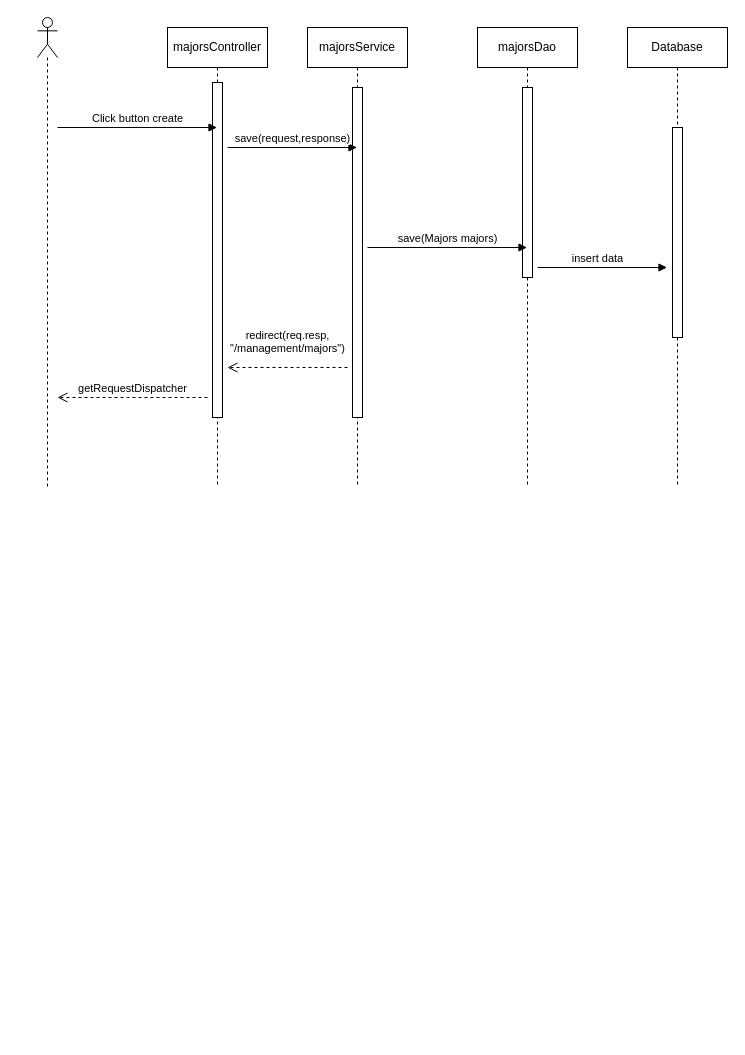
Above: page "Page-19" (19 of 27) of Untitled Diagram.drawio in sachvo/CuteXT (draw.io), before the change. Source tidied: cells renumbered, new cells numbered last; positions are measured from the earlier drawing's top-left corner, leaving out a move shared by most shapes. Both pictures are drawn from the tidied source at 100%, with x=0, y=0 at pixel (37, 17).
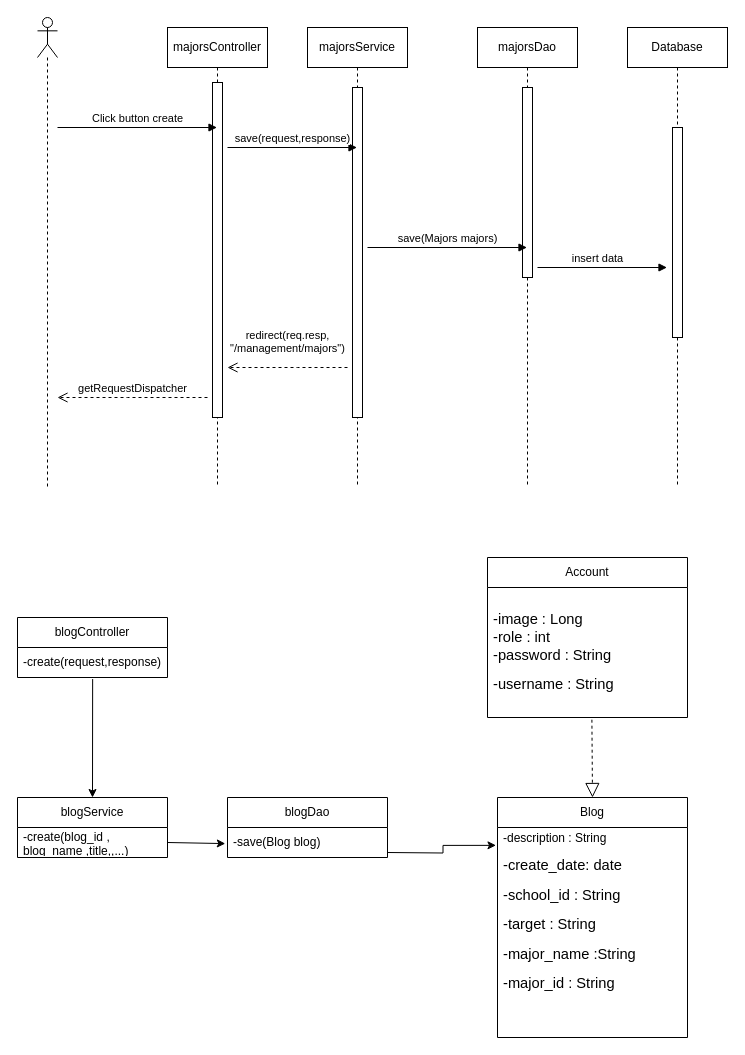
The same page after the edit.

What changed in the source:
```diff
@@
+    <mxCell id="17" value="blogController" style="swimlane;fontStyle=0;horizontal=1;startSize=30;whiteSpace=wrap;html=1;" parent="1" vertex="1">
+      <mxGeometry x="-20" y="600" width="150" height="60" as="geometry" />
+    </mxCell>
+    <mxCell id="18" value="-create(request,response)" style="text;strokeColor=none;fillColor=none;align=left;verticalAlign=middle;spacingLeft=4;spacingRight=4;overflow=hidden;points=[[0,0.5],[1,0.5]];portConstraint=eastwest;whiteSpace=wrap;html=1;" parent="17" vertex="1">
+      <mxGeometry y="30" width="150" height="30" as="geometry" />
+    </mxCell>
+    <mxCell id="19" value="blogDao" style="swimlane;fontStyle=0;horizontal=1;startSize=30;whiteSpace=wrap;html=1;" parent="1" vertex="1">
+      <mxGeometry x="190" y="780" width="160" height="60" as="geometry" />
+    </mxCell>
+    <mxCell id="20" value="-save(Blog blog)" style="text;strokeColor=none;fillColor=none;align=left;verticalAlign=middle;spacingLeft=4;spacingRight=4;overflow=hidden;whiteSpace=wrap;html=1;" parent="19" vertex="1">
+      <mxGeometry y="30" width="160" height="30" as="geometry" />
+    </mxCell>
+    <mxCell id="21" value="blogService" style="swimlane;fontStyle=0;horizontal=1;startSize=30;whiteSpace=wrap;html=1;" parent="1" vertex="1">
+      <mxGeometry x="-20" y="780" width="150" height="60" as="geometry" />
+    </mxCell>
+    <mxCell id="22" value="-create(blog_id&amp;nbsp;,&lt;br&gt;blog_name ,title,,...)" style="text;strokeColor=none;fillColor=none;align=left;verticalAlign=middle;spacingLeft=4;spacingRight=4;overflow=hidden;points=[[0,0.5],[1,0.5]];portConstraint=eastwest;whiteSpace=wrap;html=1;" parent="21" vertex="1">
+      <mxGeometry y="30" width="150" height="30" as="geometry" />
+    </mxCell>
+    <mxCell id="23" style="endArrow=classic;html=1;rounded=0;exitX=0.501;exitY=1.052;exitDx=0;exitDy=0;exitPerimeter=0;entryX=0.5;entryY=0;entryDx=0;entryDy=0;" parent="1" edge="1" source="18" target="21">
+      <mxGeometry relative="1" as="geometry" />
+    </mxCell>
+    <mxCell id="24" style="endArrow=classic;html=1;rounded=0;exitX=1;exitY=0.5;exitDx=0;exitDy=0;entryX=-0.014;entryY=0.323;entryDx=0;entryDy=0;entryPerimeter=0;" parent="1" edge="1" source="22">
+      <mxGeometry relative="1" as="geometry">
+        <mxPoint x="187.8" y="826.1" as="targetPoint" />
+      </mxGeometry>
+    </mxCell>
+    <mxCell id="25" style="edgeStyle=orthogonalEdgeStyle;rounded=0;jettySize=auto;html=1;exitX=1;exitY=0.5;exitDx=0;exitDy=0;entryX=-0.008;entryY=0.085;entryDx=0;entryDy=0;entryPerimeter=0;" parent="1" edge="1" target="28">
+      <mxGeometry relative="1" as="geometry">
+        <mxPoint x="350" y="835" as="sourcePoint" />
+      </mxGeometry>
+    </mxCell>
+    <mxCell id="26" style="endArrow=block;dashed=1;endFill=0;endSize=12;html=1;rounded=0;entryX=0.5;entryY=0;entryDx=0;entryDy=0;exitX=0.497;exitY=1.017;exitDx=0;exitDy=0;exitPerimeter=0;" parent="1" edge="1">
+      <mxGeometry relative="1" as="geometry">
+        <mxPoint x="554.4" y="702.2" as="sourcePoint" />
+        <mxPoint x="555" y="780" as="targetPoint" />
+      </mxGeometry>
+    </mxCell>
+    <mxCell id="27" value="Blog" style="swimlane;fontStyle=0;horizontal=1;startSize=30;whiteSpace=wrap;html=1;" parent="1" vertex="1">
+      <mxGeometry x="460" y="780" width="190" height="240" as="geometry" />
+    </mxCell>
+    <mxCell id="28" value="&lt;p style=&quot;line-height:1.38;margin-top:0pt;margin-bottom:0pt;&quot; dir=&quot;ltr&quot;&gt;&lt;/p&gt;&lt;p style=&quot;line-height:1.38;margin-top:0pt;margin-bottom:0pt;&quot; dir=&quot;ltr&quot;&gt;&lt;/p&gt;&lt;p style=&quot;line-height:1.38;margin-top:0pt;margin-bottom:0pt;&quot; dir=&quot;ltr&quot;&gt;&lt;/p&gt;&lt;p style=&quot;line-height:1.38;margin-top:0pt;margin-bottom:0pt;&quot; dir=&quot;ltr&quot;&gt;&lt;/p&gt;&lt;p style=&quot;line-height:1.38;margin-top:0pt;margin-bottom:0pt;&quot; dir=&quot;ltr&quot;&gt;&lt;/p&gt;&lt;p style=&quot;line-height:1.38;margin-top:0pt;margin-bottom:0pt;&quot; dir=&quot;ltr&quot;&gt;&lt;/p&gt;&lt;p style=&quot;line-height:1.38;margin-top:0pt;margin-bottom:0pt;&quot; dir=&quot;ltr&quot;&gt;&lt;/p&gt;&lt;p style=&quot;line-height:1.38;margin-top:0pt;margin-bottom:0pt;&quot; dir=&quot;ltr&quot;&gt;&lt;/p&gt;&lt;p style=&quot;line-height:1.38;margin-top:0pt;margin-bottom:0pt;&quot; dir=&quot;ltr&quot;&gt;&lt;/p&gt;&lt;p style=&quot;line-height:1.38;margin-top:0pt;margin-bottom:0pt;&quot; dir=&quot;ltr&quot;&gt;&lt;/p&gt;&lt;div&gt;&lt;/div&gt;&lt;p style=&quot;line-height:1.38;margin-top:0pt;margin-bottom:0pt;&quot; dir=&quot;ltr&quot;&gt;&lt;/p&gt;&lt;p style=&quot;line-height:1.38;margin-top:0pt;margin-bottom:0pt;&quot; dir=&quot;ltr&quot;&gt;&lt;/p&gt;&lt;p style=&quot;line-height:1.38;margin-top:0pt;margin-bottom:0pt;&quot; dir=&quot;ltr&quot;&gt;&lt;/p&gt;&lt;p style=&quot;line-height:1.38;margin-top:0pt;margin-bottom:0pt;&quot; dir=&quot;ltr&quot;&gt;&lt;/p&gt;&lt;p style=&quot;line-height:1.38;margin-top:0pt;margin-bottom:0pt;&quot; dir=&quot;ltr&quot;&gt;&lt;/p&gt;&lt;p style=&quot;line-height:1.38;margin-top:0pt;margin-bottom:0pt;&quot; dir=&quot;ltr&quot;&gt;&lt;/p&gt;&lt;div&gt;&lt;/div&gt;-description : String&lt;p style=&quot;border-color: var(--border-color);&quot;&gt;&lt;/p&gt;&lt;span style=&quot;border-color: var(--border-color); font-variant-numeric: normal; font-variant-east-asian: normal; font-variant-alternates: normal; font-variant-position: normal; background-color: transparent; font-size: 11pt; font-family: Arial, sans-serif; vertical-align: baseline;&quot;&gt;-create_date: date&lt;/span&gt;&lt;p style=&quot;border-color: var(--border-color);&quot;&gt;&lt;/p&gt;&lt;span style=&quot;border-color: var(--border-color); font-variant-numeric: normal; font-variant-east-asian: normal; font-variant-alternates: normal; font-variant-position: normal; background-color: transparent; font-size: 11pt; font-family: Arial, sans-serif; vertical-align: baseline;&quot;&gt;-school_id : String&lt;/span&gt;&lt;p style=&quot;border-color: var(--border-color);&quot;&gt;&lt;/p&gt;&lt;span style=&quot;border-color: var(--border-color); font-variant-numeric: normal; font-variant-east-asian: normal; font-variant-alternates: normal; font-variant-position: normal; background-color: transparent; font-size: 11pt; font-family: Arial, sans-serif; vertical-align: baseline;&quot;&gt;-target : String&lt;/span&gt;&lt;p style=&quot;border-color: var(--border-color);&quot;&gt;&lt;/p&gt;&lt;span style=&quot;border-color: var(--border-color); font-variant-numeric: normal; font-variant-east-asian: normal; font-variant-alternates: normal; font-variant-position: normal; background-color: transparent; font-size: 11pt; font-family: Arial, sans-serif; vertical-align: baseline;&quot;&gt;-major_name :String&lt;/span&gt;&lt;p style=&quot;border-color: var(--border-color);&quot;&gt;&lt;/p&gt;&lt;span style=&quot;border-color: var(--border-color); font-variant-numeric: normal; font-variant-east-asian: normal; font-variant-alternates: normal; font-variant-position: normal; background-color: transparent; font-size: 11pt; font-family: Arial, sans-serif; vertical-align: baseline;&quot;&gt;-major_id : String&lt;/span&gt;&lt;p style=&quot;border-color: var(--border-color);&quot;&gt;&lt;/p&gt;&lt;span style=&quot;border-color: var(--border-color); font-variant-numeric: normal; font-variant-east-asian: normal; font-variant-alternates: normal; font-variant-position: normal; background-color: transparent; font-size: 11pt; font-family: Arial, sans-serif; vertical-align: baseline;&quot;&gt;&amp;nbsp;&lt;/span&gt;&lt;p style=&quot;border-color: var(--border-color);&quot;&gt;&lt;/p&gt;&lt;span style=&quot;border-color: var(--border-color);&quot; id=&quot;docs-internal-guid-a5c4c8f3-7fff-565d-390b-ae1f4eb0c004&quot;&gt;&lt;/span&gt;&lt;span id=&quot;docs-internal-guid-ec875b94-7fff-324d-a60e-613ddc787041&quot;&gt;&lt;/span&gt;" style="text;strokeColor=none;fillColor=none;align=left;verticalAlign=middle;spacingLeft=4;spacingRight=4;overflow=hidden;points=[[0,0.5],[1,0.5]];portConstraint=eastwest;whiteSpace=wrap;html=1;" parent="27" vertex="1">
+      <mxGeometry y="30" width="190" height="210" as="geometry" />
+    </mxCell>
+    <mxCell id="29" value="Account" style="swimlane;fontStyle=0;horizontal=1;startSize=30;whiteSpace=wrap;html=1;" parent="1" vertex="1">
+      <mxGeometry x="450" y="540" width="200" height="160" as="geometry" />
+    </mxCell>
+    <mxCell id="30" value="&lt;p style=&quot;line-height:1.38;margin-top:0pt;margin-bottom:0pt;&quot; dir=&quot;ltr&quot;&gt;&lt;/p&gt;&lt;p style=&quot;line-height:1.38;margin-top:0pt;margin-bottom:0pt;&quot; dir=&quot;ltr&quot;&gt;&lt;/p&gt;&lt;p style=&quot;line-height:1.38;margin-top:0pt;margin-bottom:0pt;&quot; dir=&quot;ltr&quot;&gt;&lt;/p&gt;&lt;div&gt;&lt;/div&gt;&lt;span style=&quot;font-size: 11pt; font-family: Arial, sans-serif; background-color: transparent; font-variant-numeric: normal; font-variant-east-asian: normal; font-variant-alternates: normal; font-variant-position: normal; vertical-align: baseline;&quot;&gt;-image : Long&lt;br&gt;-role : int&lt;br&gt;&lt;/span&gt;&lt;span style=&quot;font-size: 11pt; font-family: Arial, sans-serif; background-color: transparent; font-variant-numeric: normal; font-variant-east-asian: normal; font-variant-alternates: normal; font-variant-position: normal; vertical-align: baseline;&quot;&gt;-password : String&lt;/span&gt;&lt;p&gt;&lt;/p&gt;&lt;span style=&quot;font-size: 11pt; font-family: Arial, sans-serif; background-color: transparent; font-variant-numeric: normal; font-variant-east-asian: normal; font-variant-alternates: normal; font-variant-position: normal; vertical-align: baseline;&quot;&gt;-username : String&lt;/span&gt;&lt;span id=&quot;docs-internal-guid-546da517-7fff-cef4-55ad-a307194a0e7b&quot;&gt;&lt;/span&gt;" style="text;strokeColor=none;fillColor=none;align=left;verticalAlign=middle;spacingLeft=4;spacingRight=4;overflow=hidden;whiteSpace=wrap;html=1;" parent="29" vertex="1">
+      <mxGeometry y="30" width="200" height="130" as="geometry" />
+    </mxCell>
```
